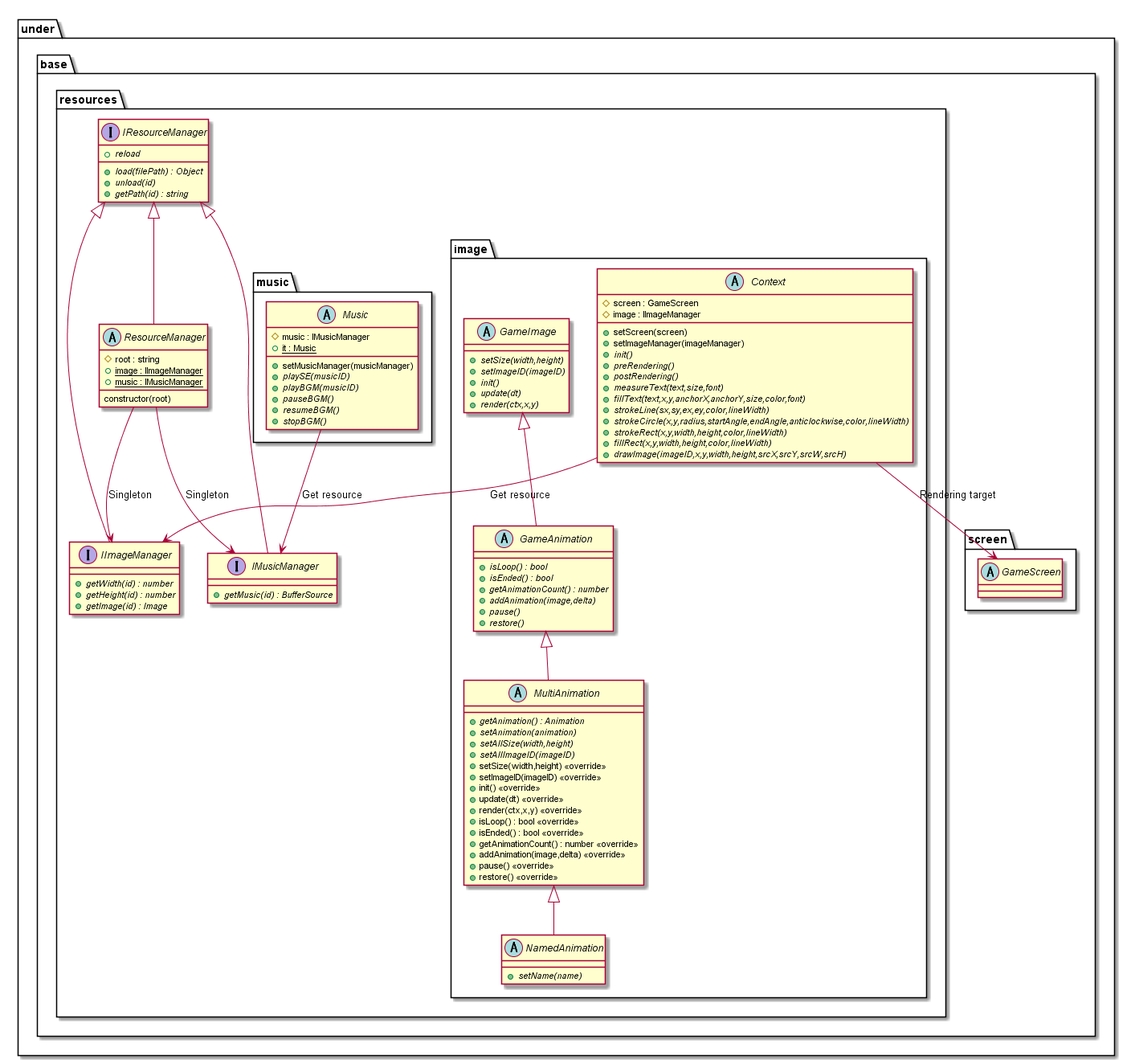
Expine/Under keeps this PlantUML diagram as out/uml/gamebase/BaseResource/GameBaseBaseResource.png. Above is the earlier version.
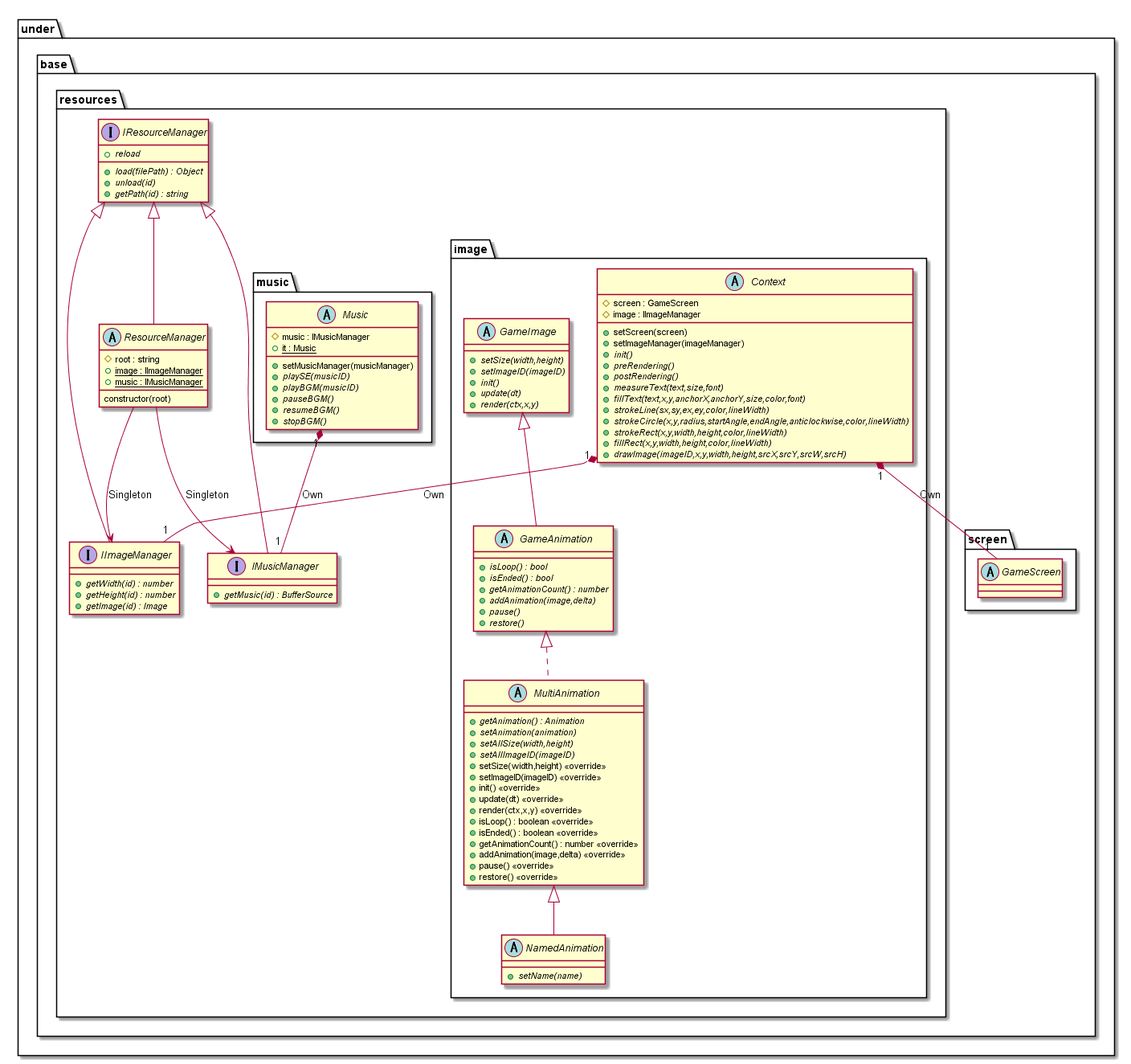
The same file after the commit.

The edit, as a diff of the source:
```diff
@@ -81,8 +81,8 @@
                     +init() <<override>>
                     +update(dt) <<override>>
                     +render(ctx,x,y) <<override>>
-                    +isLoop() : bool <<override>>
-                    +isEnded() : bool <<override>>
+                    +isLoop() : boolean <<override>>
+                    +isEnded() : boolean <<override>>
                     +getAnimationCount() : number <<override>>
                     +addAnimation(image,delta) <<override>>
                     +pause() <<override>>
@@ -104,10 +104,10 @@
     }
 }
 
-Context --> GameScreen : Rendering target
+Context "1"*-- "1" GameScreen : Own
 
-Context --> IImageManager : Get resource
-Music --> IMusicManager : Get resource
+Context "1"*-- "1" IImageManager : Own
+Music "1"*-- "1" IMusicManager : Own
 ResourceManager --> IImageManager : Singleton
 ResourceManager --> IMusicManager : Singleton
 
@@ -116,7 +116,7 @@
 IResourceManager <|-- IMusicManager
 
 GameImage <|-- GameAnimation
-GameAnimation <|-- MultiAnimation
+GameAnimation <|.. MultiAnimation
 MultiAnimation <|-- NamedAnimation
 
 @enduml
```
